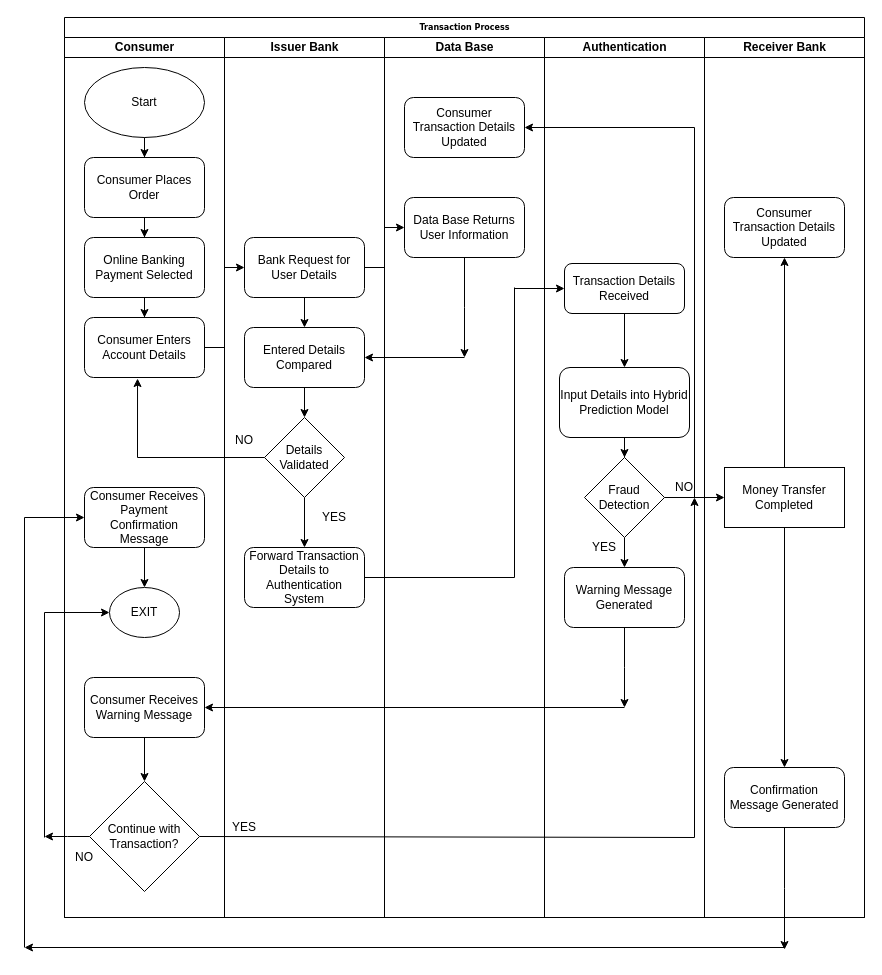
Before: Bank _Transaction_Diagram.drawio in yasho191/Credit_Card_Fraud_Detection, a draw.io diagram. Source tidied: cells renumbered, new cells numbered last; positions are measured from the earlier drawing's top-left corner, leaving out a move shared by most shapes. Both pictures are drawn from the tidied source at 100%, with x=0, y=0 at pixel (24, 17).
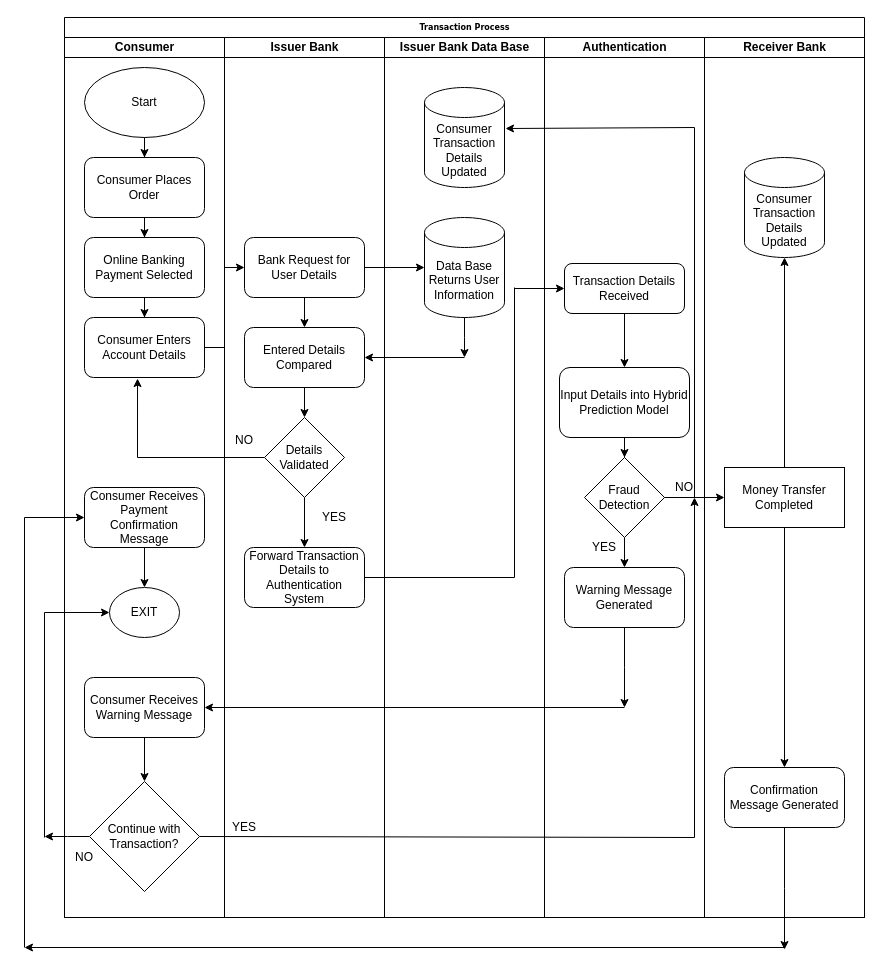
Above is the later version.

The change refers to these unchanged cells:
```xml
<mxCell id="2" value="Transaction Process" style="swimlane;html=1;startSize=20;rounded=0;shadow=0;labelBackgroundColor=none;strokeWidth=1;fontFamily=Verdana;fontSize=8;align=center;" parent="1" vertex="1">
  <mxGeometry x="40" width="800" height="900" as="geometry" />
</mxCell>
<mxCell id="20" value="Bank Request for User Details" style="rounded=1;whiteSpace=wrap;html=1;" parent="18" vertex="1">
  <mxGeometry x="20" y="200" width="120" height="60" as="geometry" />
</mxCell>
<mxCell id="37" value="Fraud Detection" style="rhombus;whiteSpace=wrap;html=1;" parent="31" vertex="1">
  <mxGeometry x="40" y="420" width="80" height="80" as="geometry" />
</mxCell>
<mxCell id="41" value="Receiver Bank" style="swimlane;html=1;startSize=20;" parent="2" vertex="1">
  <mxGeometry x="640" y="20" width="160" height="880" as="geometry" />
</mxCell>
<mxCell id="43" value="Money Transfer Completed" style="rounded=0;whiteSpace=wrap;html=1;" parent="41" vertex="1">
  <mxGeometry x="20" y="430" width="120" height="60" as="geometry" />
</mxCell>
```

What changed in the source:
```diff
@@
-    <mxCell id="28" value="Data Base" style="swimlane;html=1;startSize=20;" parent="2" vertex="1">
+    <mxCell id="28" value="Issuer Bank Data Base" style="swimlane;html=1;startSize=20;" parent="2" vertex="1">
       <mxGeometry x="320" y="20" width="160" height="880" as="geometry" />
     </mxCell>
-    <mxCell id="29" value="Data Base Returns User Information" style="rounded=1;whiteSpace=wrap;html=1;" parent="28" vertex="1">
-      <mxGeometry x="20" y="160" width="120" height="60" as="geometry" />
+    <mxCell id="29" value="&lt;span&gt;Data Base Returns User Information&lt;/span&gt;" style="shape=cylinder3;whiteSpace=wrap;html=1;boundedLbl=1;backgroundOutline=1;size=15;" parent="28" vertex="1">
+      <mxGeometry x="40" y="180" width="80" height="100" as="geometry" />
     </mxCell>
-    <mxCell id="30" value="Consumer Transaction Details Updated" style="rounded=1;whiteSpace=wrap;html=1;" parent="28" vertex="1">
-      <mxGeometry x="20" y="60" width="120" height="60" as="geometry" />
-    </mxCell>
+    <mxCell id="70" value="&lt;span&gt;Consumer Transaction Details Updated&lt;/span&gt;" style="shape=cylinder3;whiteSpace=wrap;html=1;boundedLbl=1;backgroundOutline=1;size=15;" parent="28" vertex="1">
+      <mxGeometry x="40" y="50" width="80" height="100" as="geometry" />
+    </mxCell>
@@
-    <mxCell id="45" value="Consumer Transaction Details Updated" style="rounded=1;whiteSpace=wrap;html=1;" parent="41" vertex="1">
-      <mxGeometry x="20" y="160" width="120" height="60" as="geometry" />
-    </mxCell>
-    <mxCell id="46" style="edgeStyle=orthogonalEdgeStyle;rounded=0;jettySize=auto;html=1;entryX=0.5;entryY=1;entryDx=0;entryDy=0;" parent="41" edge="1" source="43" target="45">
-      <mxGeometry relative="1" as="geometry" />
+    <mxCell id="46" style="edgeStyle=orthogonalEdgeStyle;rounded=0;jettySize=auto;html=1;entryX=0.5;entryY=1;entryDx=0;entryDy=0;" parent="41" edge="1" source="43">
+      <mxGeometry relative="1" as="geometry">
+        <mxPoint x="80" y="220" as="targetPoint" />
+      </mxGeometry>
     </mxCell>
+    <mxCell id="71" value="&lt;span&gt;Consumer Transaction Details Updated&lt;/span&gt;" style="shape=cylinder3;whiteSpace=wrap;html=1;boundedLbl=1;backgroundOutline=1;size=15;" parent="41" vertex="1">
+      <mxGeometry x="40" y="120" width="80" height="100" as="geometry" />
+    </mxCell>
@@
+    <mxCell id="50" style="edgeStyle=orthogonalEdgeStyle;rounded=0;jettySize=auto;html=1;entryX=0;entryY=0.5;entryDx=0;entryDy=0;" parent="2" edge="1" source="37" target="43">
+      <mxGeometry relative="1" as="geometry" />
+    </mxCell>
-    <mxCell id="49" style="edgeStyle=orthogonalEdgeStyle;rounded=0;jettySize=auto;html=1;entryX=0;entryY=0.5;entryDx=0;entryDy=0;" parent="2" edge="1" source="20" target="29">
+    <mxCell id="49" style="edgeStyle=orthogonalEdgeStyle;rounded=0;jettySize=auto;html=1;entryX=0;entryY=0.5;entryDx=0;entryDy=0;entryPerimeter=0;" parent="2" edge="1" source="20" target="29">
       <mxGeometry relative="1" as="geometry" />
     </mxCell>
-    <mxCell id="50" style="edgeStyle=orthogonalEdgeStyle;rounded=0;jettySize=auto;html=1;entryX=0;entryY=0.5;entryDx=0;entryDy=0;" parent="2" edge="1" source="37" target="43">
-      <mxGeometry relative="1" as="geometry" />
-    </mxCell>
-    <mxCell id="51" style="edgeStyle=orthogonalEdgeStyle;rounded=0;jettySize=auto;html=1;" parent="1" edge="1" source="29">
-      <mxGeometry relative="1" as="geometry">
-        <mxPoint x="440" y="340" as="targetPoint" />
-      </mxGeometry>
-    </mxCell>
@@
-    <mxCell id="68" style="endArrow=classic;html=1;entryX=1;entryY=0.5;entryDx=0;entryDy=0;" parent="1" edge="1" target="30">
+    <mxCell id="68" style="endArrow=classic;html=1;entryX=1.013;entryY=0.41;entryDx=0;entryDy=0;entryPerimeter=0;" parent="1" edge="1" target="70">
       <mxGeometry relative="1" as="geometry">
         <mxPoint x="670" y="110" as="sourcePoint" />
       </mxGeometry>
     </mxCell>
@@
+    <mxCell id="72" style="edgeStyle=orthogonalEdgeStyle;rounded=0;jettySize=auto;html=1;" parent="1" edge="1" source="29">
+      <mxGeometry relative="1" as="geometry">
+        <mxPoint x="440" y="340" as="targetPoint" />
+      </mxGeometry>
+    </mxCell>
```
